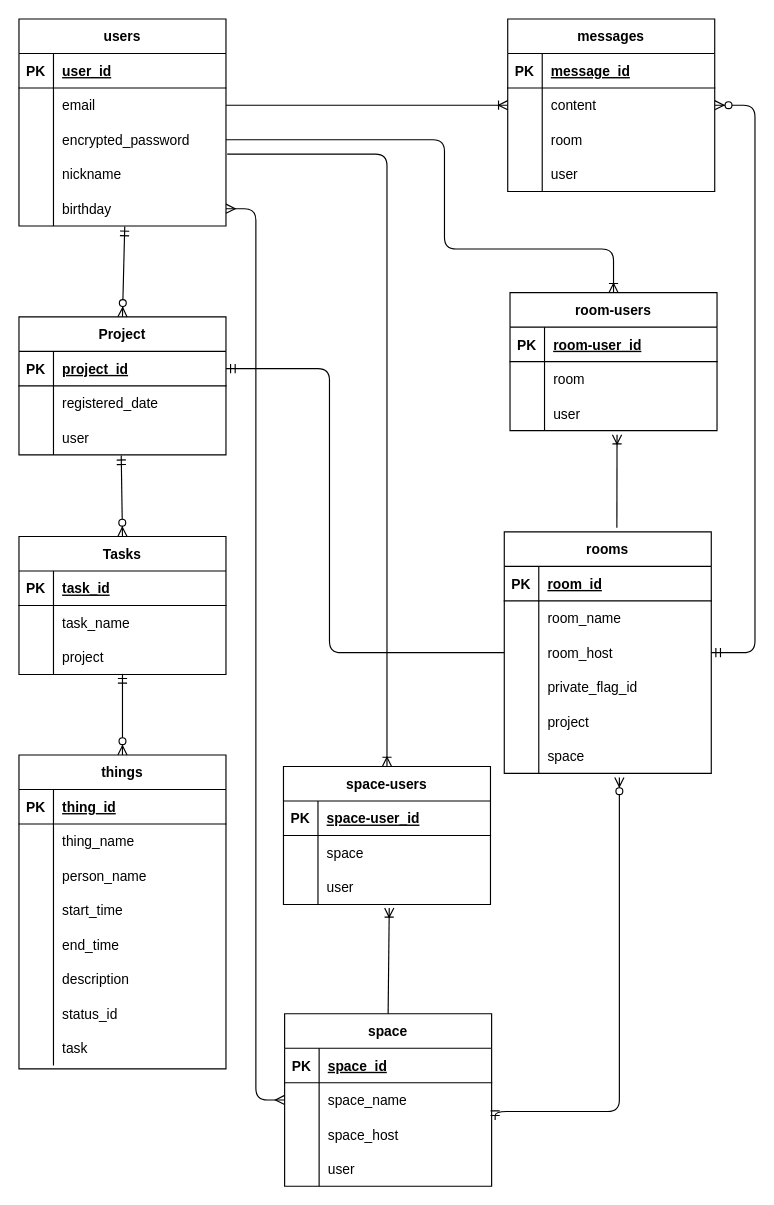
Earlier version of the draw.io diagram tododbd.dio (sora-site/tododbd). Source tidied: cells renumbered, new cells numbered last; positions are measured from the earlier drawing's top-left corner, leaving out a move shared by most shapes. Both pictures are drawn from the tidied source at 115%, with x=0, y=0 at pixel (18, 18).
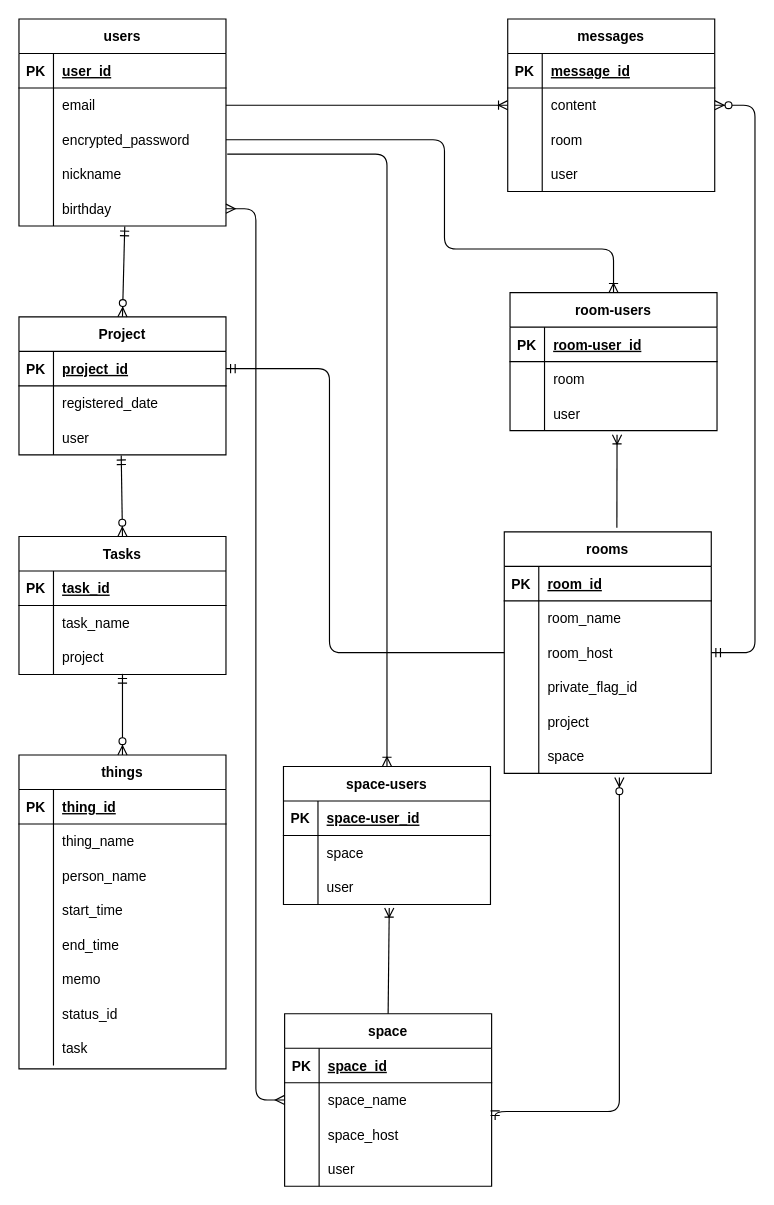
The same page after the edit.

The change refers to these unchanged cells:
```xml
<mxCell id="18" style="shape=tableRow;horizontal=0;startSize=0;swimlaneHead=0;swimlaneBody=0;fillColor=none;top=0;left=0;right=0;bottom=0;" parent="2" vertex="1">
  <mxGeometry y="180" width="180" height="30" as="geometry" />
</mxCell>
```

Change to the diagram source:
```diff
@@
-    <mxCell id="20" value="description" style="shape=partialRectangle;fillColor=none;top=0;left=0;bottom=0;right=0;align=left;spacingLeft=6;overflow=hidden;" parent="18" vertex="1">
+    <mxCell id="20" value="memo" style="shape=partialRectangle;fillColor=none;top=0;left=0;bottom=0;right=0;align=left;spacingLeft=6;overflow=hidden;" parent="18" vertex="1">
       <mxGeometry x="30" width="150" height="30" as="geometry" />
     </mxCell>
```
